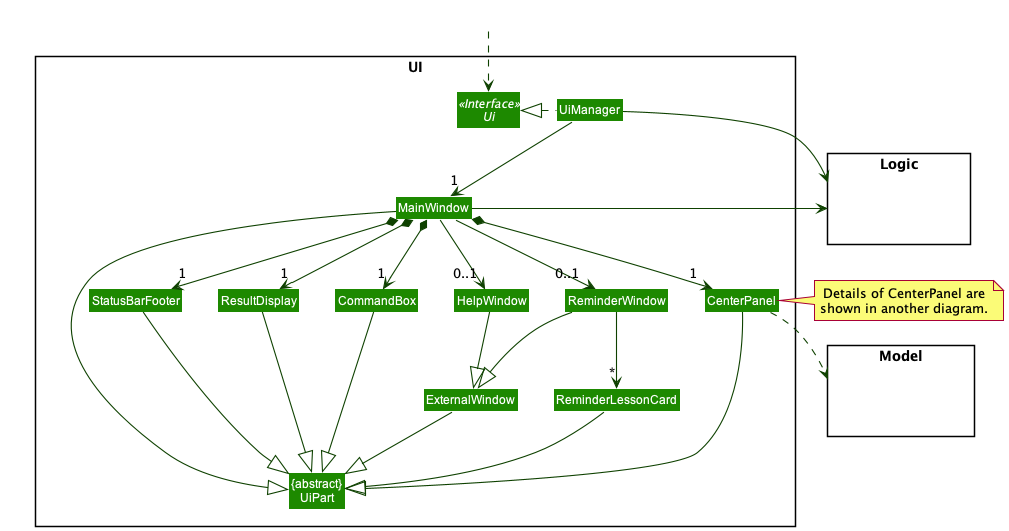
The PlantUML diagram docs/images/UiClassDiagram.png in nus-cs2103-AY2122S1/tp, before a commit.
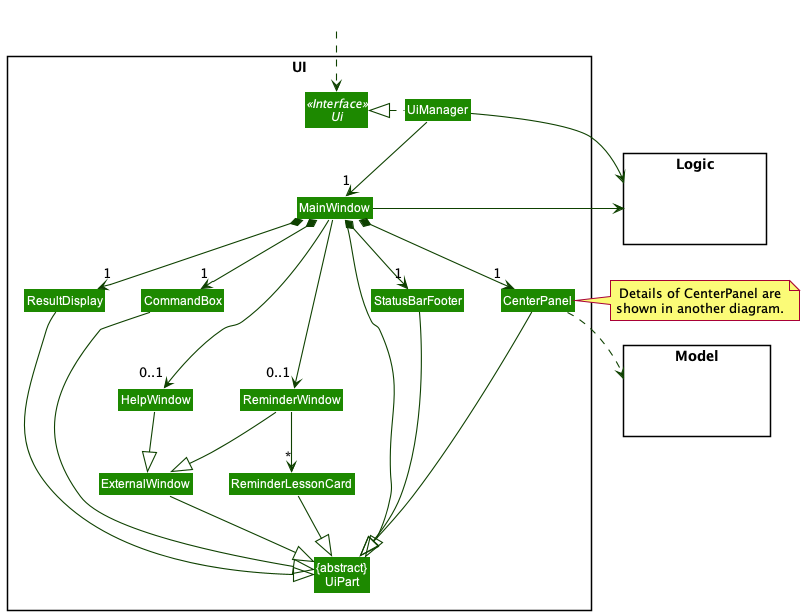
The same diagram one commit later.

The edit, as a diff of the source:
```diff
@@ -42,8 +42,8 @@
 end note
 
 MainWindow *-down-> "1" StatusBarFooter
-MainWindow -down-> "0..1" HelpWindow
-MainWindow -down-> "0..1" ReminderWindow
+MainWindow -down--> "0..1" HelpWindow
+MainWindow -down--> "0..1" ReminderWindow
 
 
 ReminderWindow -down-> "*" ReminderLessonCard
@@ -63,8 +63,7 @@
 MainWindow -left-> Logic
 
 CenterPanel ..> Model
-CenterPanel -[hidden]left- HelpWindow
-HelpWindow -[hidden]left- CommandBox
+CenterPanel -[hidden]left CommandBox
 CommandBox -[hidden]left- ResultDisplay
 ResultDisplay -[hidden]left- StatusBarFooter
 ReminderLessonCard -[hidden]left- ExternalWindow
```
